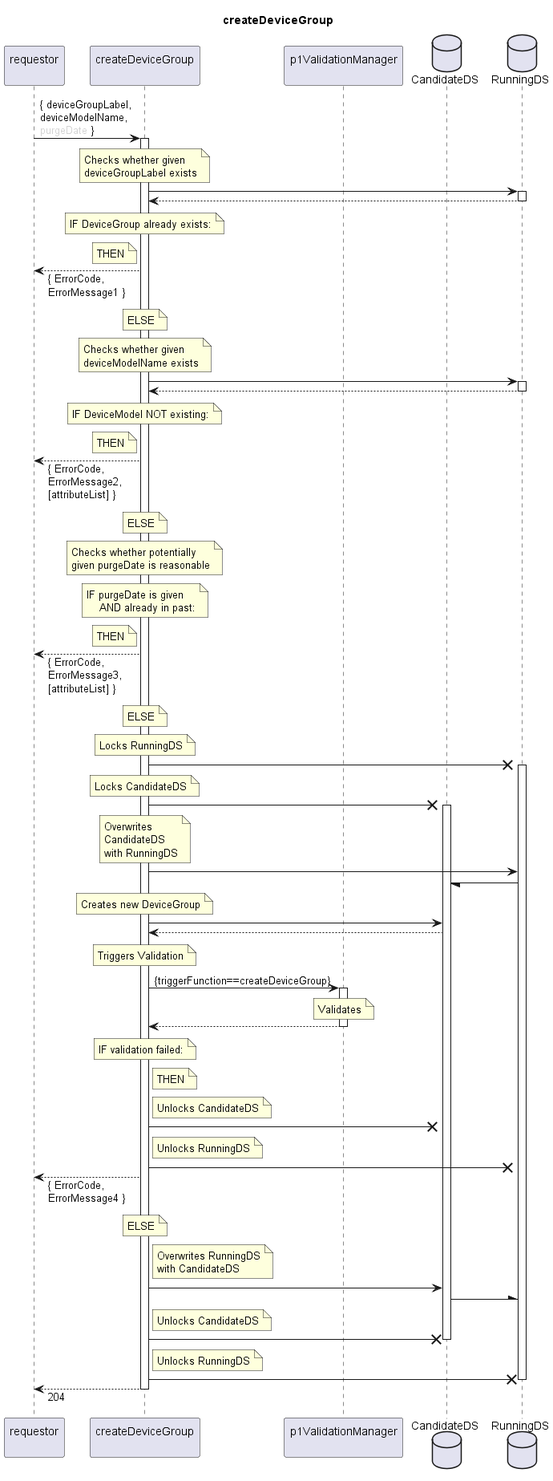
openBackhaul/FirmWareManager keeps this PlantUML diagram as spec/Services/createDeviceGroup/1.0.0/createDeviceGroup.png. Above is the earlier version. Source of this version:
```plantuml
@startuml createDeviceGroup
skinparam responseMessageBelowArrow true

title
  createDeviceGroup
end title


participant "requestor\n" as requestor
participant "createDeviceGroup\n" as indServ
participant "p1ValidationManager\n" as valiMan
database "CandidateDS" as CanDS
database "RunningDS" as RunDS

requestor -> indServ: { deviceGroupLabel,\ndeviceModelName,\n<color:LightGray>purgeDate</color> }
activate indServ

  note over indServ
    Checks whether given
    deviceGroupLabel exists
  end note
  indServ -> RunDS
  activate RunDS
  indServ <-- RunDS
  deactivate RunDS
  note over indServ
    IF DeviceGroup already exists:
  end note
  note left indServ
    THEN
  end note
  requestor <-- indServ: { ErrorCode,\nErrorMessage1 }
  note over indServ
    ELSE
  end note

  note over indServ
    Checks whether given
    deviceModelName exists
  end note
  indServ -> RunDS
  activate RunDS
  indServ <-- RunDS
  deactivate RunDS
  note over indServ
    IF DeviceModel NOT existing:
  end note
  note left indServ
    THEN
  end note
  requestor <-- indServ: { ErrorCode,\nErrorMessage2,\n[attributeList] }
  note over indServ
    ELSE
  end note

  note over indServ
    Checks whether potentially
    given purgeDate is reasonable
  end note
  note over indServ
    IF purgeDate is given
        AND already in past:
  end note
  note left indServ
    THEN
  end note
  requestor <-- indServ: { ErrorCode,\nErrorMessage3,\n[attributeList] }
  note over indServ
    ELSE
  end note

  note over indServ
    Locks RunningDS
  end note
  indServ -X RunDS
  activate RunDS
  note over indServ
    Locks CandidateDS
  end note
  indServ -X CanDS
  activate CanDS
  note over indServ
    Overwrites
    CandidateDS
    with RunningDS
  end note
  indServ -> RunDS
  RunDS -/ CanDS

  note over indServ
    Creates new DeviceGroup
  end note
  indServ -> CanDS
  indServ <-- CanDS

  note over indServ
    Triggers Validation
  end note
  indServ -> valiMan: {triggerFunction==createDeviceGroup}
  activate valiMan
    note over valiMan
      Validates
    end note
  indServ <-- valiMan
  deactivate valiMan
  note over indServ
    IF validation failed:
  end note
  note right indServ
    THEN
  end note
  note right indServ
    Unlocks CandidateDS
  end note
  indServ -X CanDS
  note right indServ
    Unlocks RunningDS
  end note
  indServ -X RunDS
  requestor <-- indServ: { ErrorCode,\nErrorMessage4 }
  note over indServ
    ELSE
  end note

  note right indServ
    Overwrites RunningDS
    with CandidateDS
  end note
  indServ -> CanDS
  CanDS -\ RunDS
  note right indServ
    Unlocks CandidateDS
  end note
  indServ -X CanDS
  deactivate CanDS
  note right indServ
    Unlocks RunningDS
  end note
  indServ -X RunDS
  deactivate RunDS

requestor <-- indServ: 204
deactivate indServ

@enduml
```
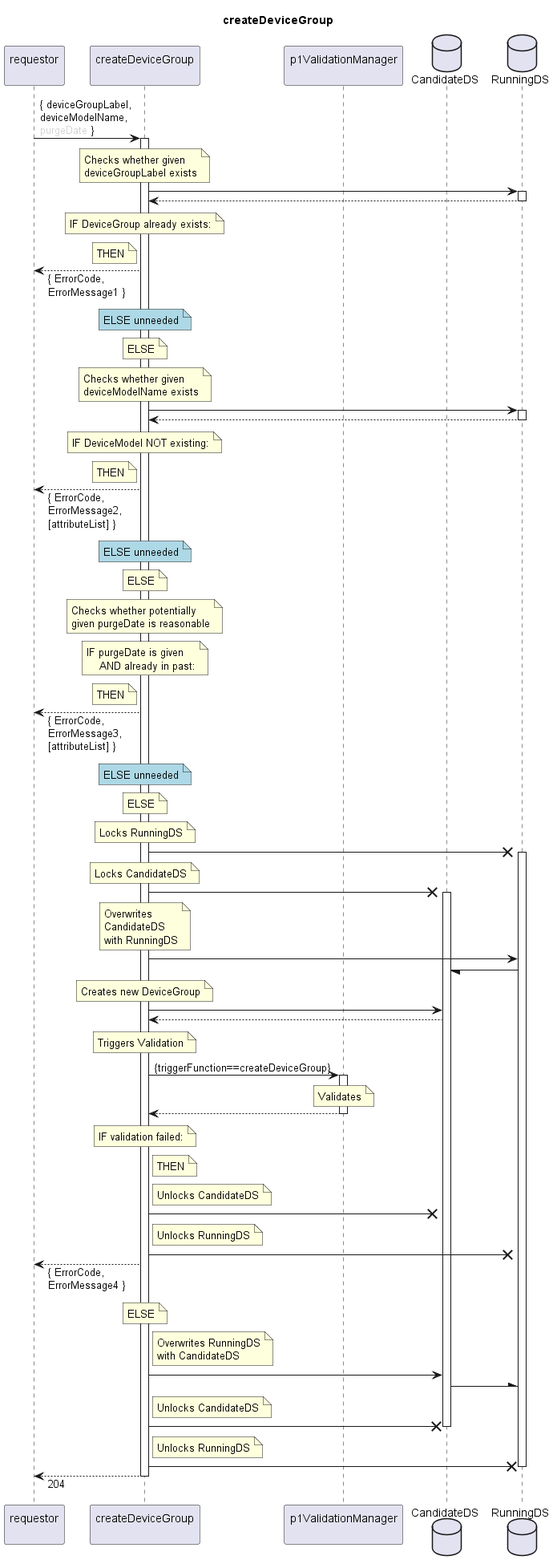
After the commit.

What changed in the source:
```diff
@@ -7,139 +7,148 @@
 
 
 participant "requestor\n" as requestor
-participant "createDeviceGroup\n" as indServ
+participant "createDeviceGroup\n" as cur
 participant "p1ValidationManager\n" as valiMan
 database "CandidateDS" as CanDS
 database "RunningDS" as RunDS
 
-requestor -> indServ: { deviceGroupLabel,\ndeviceModelName,\n<color:LightGray>purgeDate</color> }
-activate indServ
+requestor -> cur: { deviceGroupLabel,\ndeviceModelName,\n<color:LightGray>purgeDate</color> }
+activate cur
 
-  note over indServ
+  note over cur
     Checks whether given
     deviceGroupLabel exists
   end note
-  indServ -> RunDS
+  cur -> RunDS
   activate RunDS
-  indServ <-- RunDS
+  cur <-- RunDS
   deactivate RunDS
-  note over indServ
+  note over cur
     IF DeviceGroup already exists:
   end note
-  note left indServ
+  note left cur
     THEN
   end note
-  requestor <-- indServ: { ErrorCode,\nErrorMessage1 }
-  note over indServ
+  requestor <-- cur: { ErrorCode,\nErrorMessage1 }
+  note over cur #LightBlue
+    ELSE unneeded
+  end note
+  note over cur
     ELSE
   end note
 
-  note over indServ
+  note over cur
     Checks whether given
     deviceModelName exists
   end note
-  indServ -> RunDS
+  cur -> RunDS
   activate RunDS
-  indServ <-- RunDS
+  cur <-- RunDS
   deactivate RunDS
-  note over indServ
+  note over cur
     IF DeviceModel NOT existing:
   end note
-  note left indServ
+  note left cur
     THEN
   end note
-  requestor <-- indServ: { ErrorCode,\nErrorMessage2,\n[attributeList] }
-  note over indServ
+  requestor <-- cur: { ErrorCode,\nErrorMessage2,\n[attributeList] }
+  note over cur #LightBlue
+    ELSE unneeded
+  end note
+  note over cur
     ELSE
   end note
 
-  note over indServ
+  note over cur
     Checks whether potentially
     given purgeDate is reasonable
   end note
-  note over indServ
+  note over cur
     IF purgeDate is given
         AND already in past:
   end note
-  note left indServ
+  note left cur
     THEN
   end note
-  requestor <-- indServ: { ErrorCode,\nErrorMessage3,\n[attributeList] }
-  note over indServ
+  requestor <-- cur: { ErrorCode,\nErrorMessage3,\n[attributeList] }
+  note over cur #LightBlue
+    ELSE unneeded
+  end note
+  note over cur
     ELSE
   end note
 
-  note over indServ
+  note over cur
     Locks RunningDS
   end note
-  indServ -X RunDS
+  cur -X RunDS
   activate RunDS
-  note over indServ
+  note over cur
     Locks CandidateDS
   end note
-  indServ -X CanDS
+  cur -X CanDS
   activate CanDS
-  note over indServ
+  note over cur
     Overwrites
     CandidateDS
     with RunningDS
   end note
-  indServ -> RunDS
+  cur -> RunDS
   RunDS -/ CanDS
 
-  note over indServ
+  note over cur
     Creates new DeviceGroup
   end note
-  indServ -> CanDS
-  indServ <-- CanDS
+  cur -> CanDS
+  cur <-- CanDS
 
-  note over indServ
+  note over cur
     Triggers Validation
   end note
-  indServ -> valiMan: {triggerFunction==createDeviceGroup}
+  cur -> valiMan: {triggerFunction==createDeviceGroup}
   activate valiMan
     note over valiMan
       Validates
     end note
-  indServ <-- valiMan
+  cur <-- valiMan
   deactivate valiMan
-  note over indServ
+  note over cur
     IF validation failed:
   end note
-  note right indServ
+  note right cur
     THEN
   end note
-  note right indServ
+  note right cur
     Unlocks CandidateDS
   end note
-  indServ -X CanDS
-  note right indServ
+  cur -X CanDS
+  note right cur
     Unlocks RunningDS
   end note
-  indServ -X RunDS
-  requestor <-- indServ: { ErrorCode,\nErrorMessage4 }
-  note over indServ
+  cur -X RunDS
+  requestor <-- cur: { ErrorCode,\nErrorMessage4 }
+  note over cur
     ELSE
   end note
 
-  note right indServ
+  note right cur
     Overwrites RunningDS
     with CandidateDS
   end note
-  indServ -> CanDS
+  cur -> CanDS
   CanDS -\ RunDS
-  note right indServ
+  note right cur
     Unlocks CandidateDS
   end note
-  indServ -X CanDS
+  cur -X CanDS
   deactivate CanDS
-  note right indServ
+  note right cur
     Unlocks RunningDS
   end note
-  indServ -X RunDS
+  cur -X RunDS
   deactivate RunDS
 
-requestor <-- indServ: 204
-deactivate indServ
+requestor <-- cur: 204
+deactivate cur
 
 @enduml
```
